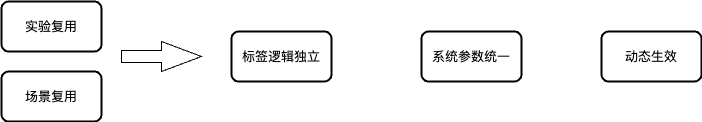
liujunao/draw-data keeps this draw.io diagram as work-draw-file/标签复用流程图.png. Above is the earlier version. Source tidied: cells renumbered, new cells last; positions are measured from the earlier drawing's top-left corner, leaving out a move shared by most shapes.
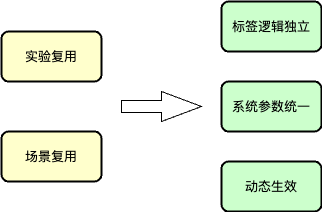
The same file after the commit.

Commit message:
更新标签复用流程图.png

The edit, as a diff of the source:
```diff
@@ -2,23 +2,23 @@
   <root>
     <mxCell id="0" />
     <mxCell id="1" parent="0" />
-    <mxCell id="2" value="实验复用" style="rounded=1;whiteSpace=wrap;html=1;absoluteArcSize=1;arcSize=14;strokeWidth=2;" parent="1" vertex="1">
-      <mxGeometry width="100" height="50" as="geometry" />
+    <mxCell id="2" value="实验复用" style="rounded=1;whiteSpace=wrap;html=1;absoluteArcSize=1;arcSize=14;strokeWidth=2;fillColor=#FFFFCC;" parent="1" vertex="1">
+      <mxGeometry x="70" y="270" width="100" height="50" as="geometry" />
     </mxCell>
-    <mxCell id="3" value="场景复用" style="rounded=1;whiteSpace=wrap;html=1;absoluteArcSize=1;arcSize=14;strokeWidth=2;" parent="1" vertex="1">
-      <mxGeometry y="70" width="100" height="50" as="geometry" />
+    <mxCell id="3" value="场景复用" style="rounded=1;whiteSpace=wrap;html=1;absoluteArcSize=1;arcSize=14;strokeWidth=2;fillColor=#FFFFCC;" parent="1" vertex="1">
+      <mxGeometry x="70" y="370" width="100" height="50" as="geometry" />
     </mxCell>
-    <mxCell id="4" value="动态生效" style="rounded=1;whiteSpace=wrap;html=1;absoluteArcSize=1;arcSize=14;strokeWidth=2;" parent="1" vertex="1">
-      <mxGeometry x="600" y="30" width="100" height="50" as="geometry" />
+    <mxCell id="4" value="动态生效" style="rounded=1;whiteSpace=wrap;html=1;absoluteArcSize=1;arcSize=14;strokeWidth=2;fillColor=#CCFFCC;" parent="1" vertex="1">
+      <mxGeometry x="290" y="400" width="100" height="50" as="geometry" />
     </mxCell>
-    <mxCell id="5" value="系统参数统一" style="rounded=1;whiteSpace=wrap;html=1;absoluteArcSize=1;arcSize=14;strokeWidth=2;" parent="1" vertex="1">
-      <mxGeometry x="420" y="30" width="100" height="50" as="geometry" />
+    <mxCell id="5" value="系统参数统一" style="rounded=1;whiteSpace=wrap;html=1;absoluteArcSize=1;arcSize=14;strokeWidth=2;fillColor=#CCFFCC;" parent="1" vertex="1">
+      <mxGeometry x="290" y="320" width="100" height="50" as="geometry" />
     </mxCell>
-    <mxCell id="6" value="标签逻辑独立" style="rounded=1;whiteSpace=wrap;html=1;absoluteArcSize=1;arcSize=14;strokeWidth=2;" parent="1" vertex="1">
-      <mxGeometry x="230" y="30" width="100" height="50" as="geometry" />
+    <mxCell id="6" value="标签逻辑独立" style="rounded=1;whiteSpace=wrap;html=1;absoluteArcSize=1;arcSize=14;strokeWidth=2;fillColor=#CCFFCC;" parent="1" vertex="1">
+      <mxGeometry x="290" y="240" width="100" height="50" as="geometry" />
     </mxCell>
-    <mxCell id="7" style="html=1;shadow=0;dashed=0;align=center;verticalAlign=middle;shape=mxgraph.arrows2.arrow;dy=0.6;dx=40;notch=0;" parent="1" vertex="1">
-      <mxGeometry x="120" y="40" width="80" height="30" as="geometry" />
+    <mxCell id="7" style="html=1;shadow=0;dashed=0;align=center;verticalAlign=middle;shape=mxgraph.arrows2.arrow;dy=0.6;dx=40;notch=0;rotation=0;" parent="1" vertex="1">
+      <mxGeometry x="190" y="330" width="80" height="30" as="geometry" />
     </mxCell>
   </root>
 </mxGraphModel>
```
